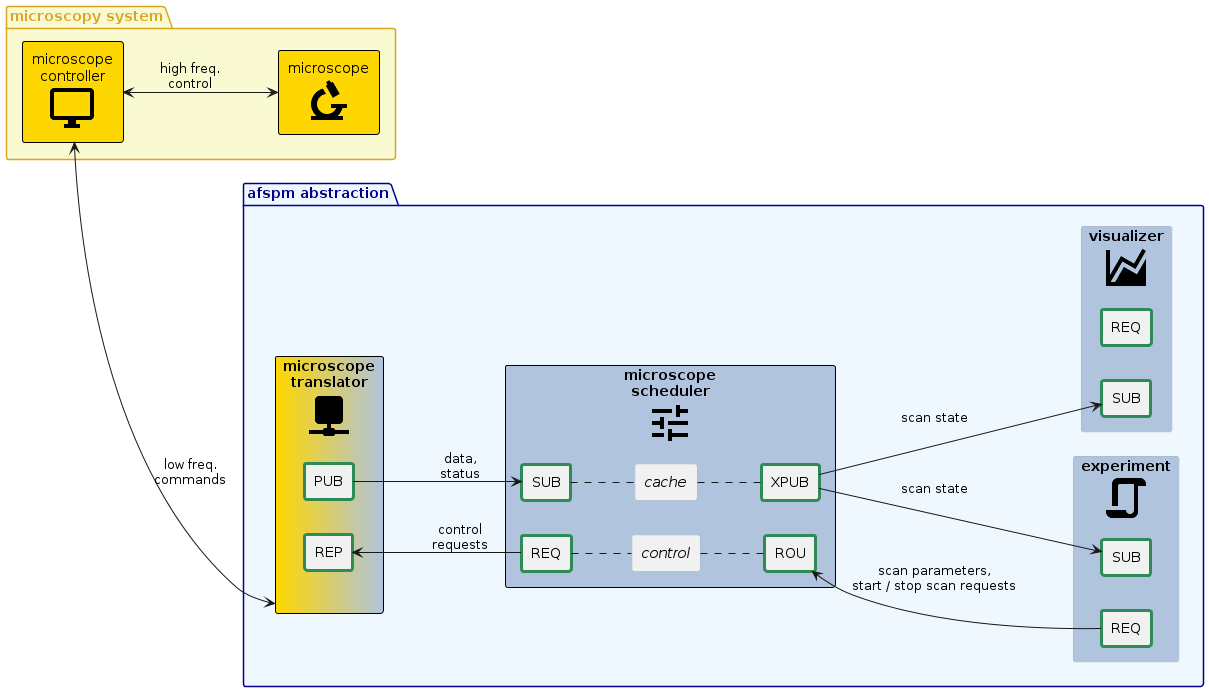
Earlier version of the PlantUML export docs/images/afspm_control.png (nsulmol/afspm). Its diagram source:
```plantuml
@startuml
!include style.puml
!include microscopy.puml
left to right direction

!include <material/network>
!include <material/tune>
!include <material/chart_areaspline>
!include <material/script>

package "afspm abstraction" <<groupinternal>> {
  component "microscope\ntranslator\n<$ma_network>" <<interface>> <<required>> as translator {
    component REP <<socket>> as dc_rep
    component PUB <<socket>> as dc_pub
  }


  component "microscope\nscheduler\n<$ma_tune>" <<internal>> <<required>> as scheduler {
    component XPUB <<socket>> as scheduler_pub
    component SUB <<socket>> as scheduler_sub
    component "//cache//" as scheduler_cache
    scheduler_sub .. scheduler_cache
    scheduler_cache .. scheduler_pub

    component ROU <<socket>> as scheduler_rou
    component REQ <<socket>> as scheduler_req
    component "//control//" as scheduler_ctrl
    scheduler_req .. scheduler_ctrl
    scheduler_ctrl .. scheduler_rou
  }

  dc_pub -d-> scheduler_sub: data, \nstatus
  dc_rep <-d- scheduler_req: control\nrequests


  component "experiment\n<$ma_script>" <<internal>> as exp {
    component REQ <<socket>> as exp_req
    component SUB <<socket>> as exp_sub
  }

  scheduler_rou <-- exp_req: "scan parameters,\nstart / stop scan requests"
  scheduler_pub --> exp_sub: scan state

  component "visualizer\n<$ma_chart_areaspline>" <<internal>> as viz {
    component REQ <<socket>> as viz_req
    component SUB <<socket>> as viz_sub
  }

  scheduler_pub --> viz_sub: scan state
}

spmcon <--> translator: low freq. \ncommands
@enduml
```
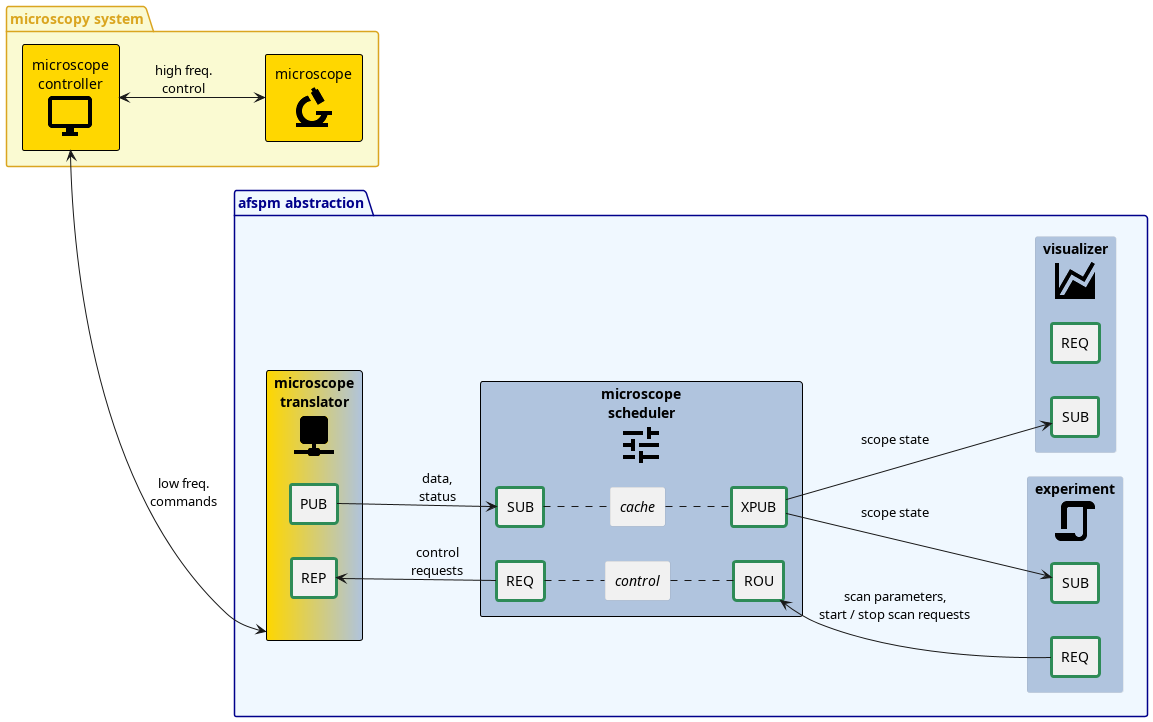
The same file after the commit.

Change to the diagram source:
```diff
@@ -39,14 +39,14 @@
   }
 
   scheduler_rou <-- exp_req: "scan parameters,\nstart / stop scan requests"
-  scheduler_pub --> exp_sub: scan state
+  scheduler_pub --> exp_sub: scope state
 
   component "visualizer\n<$ma_chart_areaspline>" <<internal>> as viz {
     component REQ <<socket>> as viz_req
     component SUB <<socket>> as viz_sub
   }
 
-  scheduler_pub --> viz_sub: scan state
+  scheduler_pub --> viz_sub: scope state
 }
 
 spmcon <--> translator: low freq. \ncommands
```
